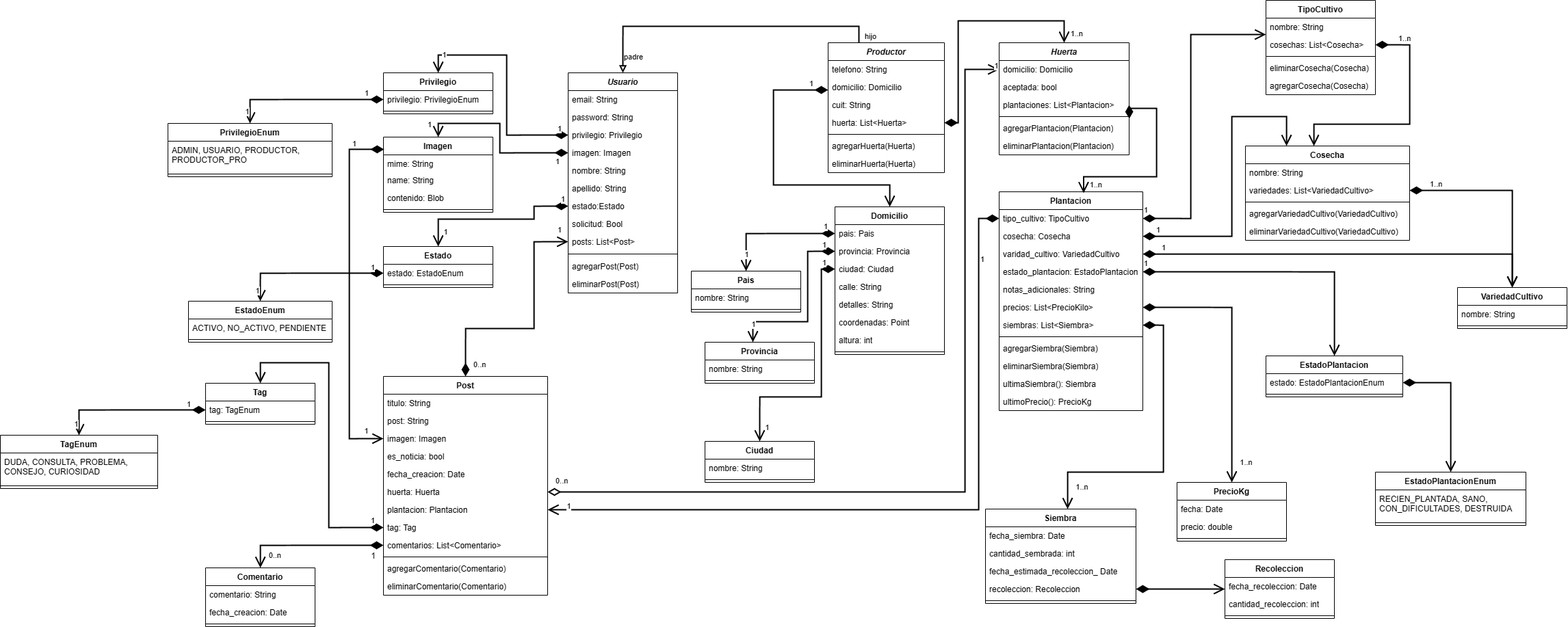
This is diagramas/Diagrama de clases.drawio.png from davichuder/huertas_agroecologicas, a draw.io export, as it was before one commit. Source tidied: cells renumbered, new cells last; positions are measured from the earlier drawing's top-left corner, leaving out a move shared by most shapes.
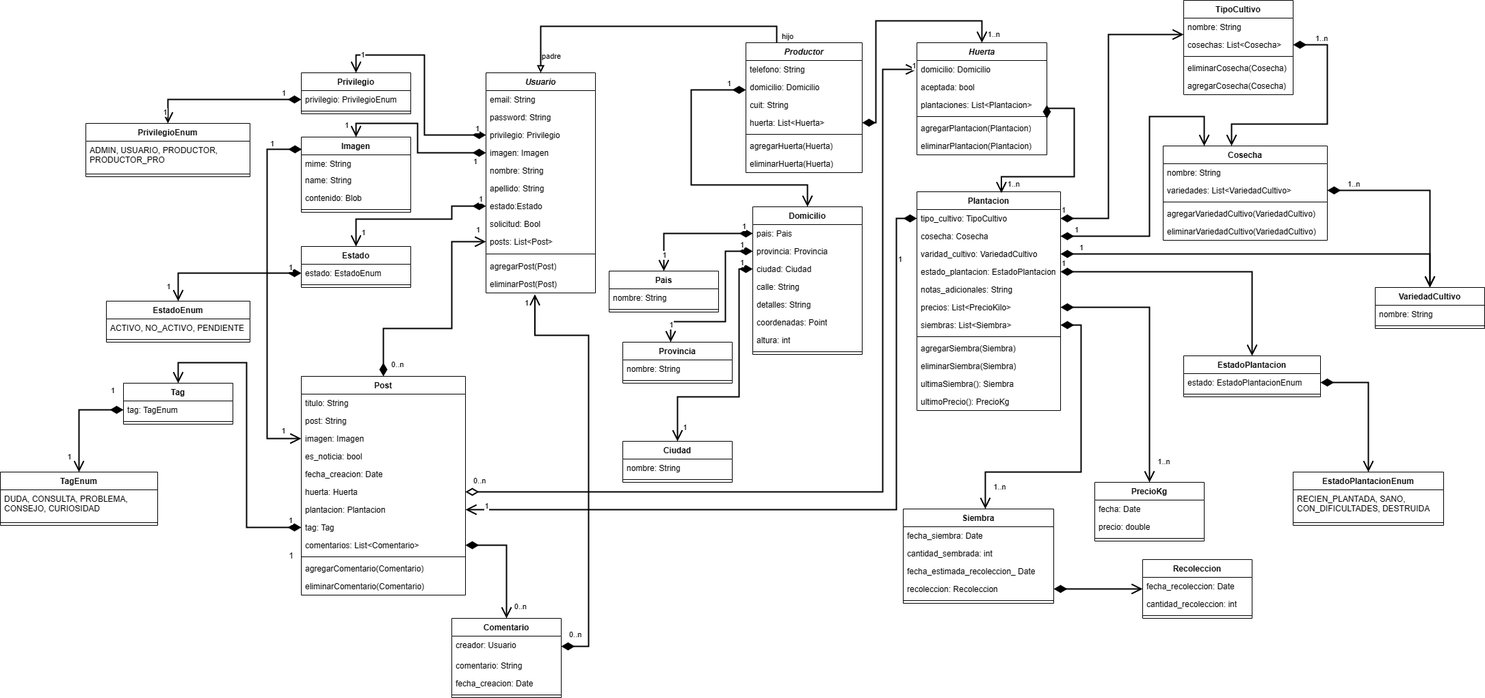
Later version of the same file.

Commit message:
fix: :construction: Se corrigieron diagramas, y se agrego para guardar comentarios

What changed in the source:
```diff
@@ -222,7 +222,7 @@
       <mxGeometry y="52" width="160" height="8" as="geometry" />
     </mxCell>
     <mxCell id="75" value="TagEnum" style="swimlane;fontStyle=1;align=center;verticalAlign=top;horizontal=1;startSize=26;whiteSpace=wrap;html=1;" parent="1" vertex="1">
-      <mxGeometry y="636" width="230" height="78" as="geometry" />
+      <mxGeometry x="120" y="690" width="230" height="78" as="geometry" />
     </mxCell>
     <mxCell id="76" value="DUDA, CONSULTA, PROBLEMA, CONSEJO, CURIOSIDAD" style="text;strokeColor=none;fillColor=none;align=left;verticalAlign=top;spacingLeft=4;spacingRight=4;overflow=hidden;whiteSpace=wrap;html=1;" parent="75" vertex="1">
       <mxGeometry y="26" width="230" height="44" as="geometry" />
@@ -231,16 +231,19 @@
       <mxGeometry y="70" width="230" height="8" as="geometry" />
     </mxCell>
     <mxCell id="78" value="Comentario" style="swimlane;fontStyle=1;align=center;verticalAlign=top;horizontal=1;startSize=26;whiteSpace=wrap;html=1;" parent="1" vertex="1">
-      <mxGeometry x="300" y="830" width="160" height="86" as="geometry" />
+      <mxGeometry x="780" y="904" width="160" height="116" as="geometry" />
     </mxCell>
+    <mxCell id="189" value="creador: Usuario" style="text;strokeColor=none;fillColor=none;spacingLeft=4;spacingRight=4;overflow=hidden;points=[[0,0.5],[1,0.5]];portConstraint=eastwest;fontSize=12;whiteSpace=wrap;html=1;" parent="78" vertex="1">
+      <mxGeometry y="26" width="160" height="30" as="geometry" />
+    </mxCell>
     <mxCell id="79" value="comentario: String" style="text;strokeColor=none;fillColor=none;align=left;verticalAlign=top;spacingLeft=4;spacingRight=4;overflow=hidden;whiteSpace=wrap;html=1;" parent="78" vertex="1">
-      <mxGeometry y="26" width="160" height="26" as="geometry" />
+      <mxGeometry y="56" width="160" height="26" as="geometry" />
     </mxCell>
     <mxCell id="80" value="fecha_creacion: Date" style="text;strokeColor=none;fillColor=none;align=left;verticalAlign=top;spacingLeft=4;spacingRight=4;overflow=hidden;whiteSpace=wrap;html=1;" parent="78" vertex="1">
-      <mxGeometry y="52" width="160" height="26" as="geometry" />
+      <mxGeometry y="82" width="160" height="26" as="geometry" />
     </mxCell>
     <mxCell id="81" style="line;strokeWidth=1;fillColor=none;align=left;verticalAlign=middle;spacingTop=-1;spacingLeft=3;spacingRight=3;labelPosition=right;strokeColor=inherit;" parent="78" vertex="1">
-      <mxGeometry y="78" width="160" height="8" as="geometry" />
+      <mxGeometry y="108" width="160" height="8" as="geometry" />
     </mxCell>
     <mxCell id="82" value="Estado" style="swimlane;fontStyle=1;align=center;verticalAlign=top;horizontal=1;startSize=26;whiteSpace=wrap;html=1;" parent="1" vertex="1">
       <mxGeometry x="560" y="360" width="160" height="60" as="geometry" />
@@ -476,7 +479,7 @@
         </Array>
       </mxGeometry>
     </mxCell>
-    <mxCell id="147" style="endArrow=open;html=1;endSize=12;startArrow=diamondThin;startSize=14;startFill=1;edgeStyle=orthogonalEdgeStyle;rounded=0;exitX=0;exitY=0.5;exitDx=0;exitDy=0;strokeWidth=2;" parent="1" edge="1" source="61" target="78">
+    <mxCell id="147" style="endArrow=open;html=1;endSize=12;startArrow=diamondThin;startSize=14;startFill=1;edgeStyle=orthogonalEdgeStyle;rounded=0;exitX=1;exitY=0.5;exitDx=0;exitDy=0;strokeWidth=2;" parent="1" edge="1" source="61" target="78">
       <mxGeometry relative="1" as="geometry" />
     </mxCell>
     <mxCell id="148" value="0..n" style="edgeLabel;html=1;align=right;verticalAlign=top;" parent="147" vertex="1">
@@ -609,7 +612,7 @@
     </mxCell>
     <mxCell id="170" value="1" style="edgeLabel;html=1;align=center;verticalAlign=middle;" parent="169" vertex="1">
       <mxGeometry x="0.93" y="3" relative="1" as="geometry">
-        <mxPoint x="-8" y="-9" as="offset" />
+        <mxPoint x="-18" y="-14" as="offset" />
       </mxGeometry>
     </mxCell>
     <mxCell id="171" value="1" style="endArrow=open;html=1;endSize=12;startArrow=diamondThin;startSize=14;startFill=1;edgeStyle=orthogonalEdgeStyle;align=left;verticalAlign=bottom;rounded=0;exitX=0;exitY=0.5;exitDx=0;exitDy=0;entryX=0.5;entryY=0;entryDx=0;entryDy=0;strokeWidth=2;" parent="1" edge="1" source="16" target="18">
@@ -621,11 +624,11 @@
       </mxGeometry>
     </mxCell>
     <mxCell id="173" value="1" style="endArrow=open;html=1;endSize=12;startArrow=diamondThin;startSize=14;startFill=1;edgeStyle=orthogonalEdgeStyle;align=left;verticalAlign=bottom;rounded=0;exitX=0;exitY=0.5;exitDx=0;exitDy=0;strokeWidth=2;" parent="1" edge="1" source="73" target="75">
-      <mxGeometry x="-0.73" y="1" relative="1" as="geometry" />
+      <mxGeometry x="-0.74" y="-19" relative="1" as="geometry" />
     </mxCell>
     <mxCell id="174" value="1" style="edgeLabel;html=1;align=center;verticalAlign=middle;" parent="173" vertex="1">
       <mxGeometry x="0.93" y="3" relative="1" as="geometry">
-        <mxPoint x="-8" y="-9" as="offset" />
+        <mxPoint x="-18" y="-17" as="offset" />
       </mxGeometry>
     </mxCell>
     <mxCell id="175" value="1..n" style="endArrow=open;html=1;endSize=12;startArrow=diamondThin;startSize=14;startFill=1;align=left;verticalAlign=bottom;rounded=0;edgeStyle=orthogonalEdgeStyle;exitX=1;exitY=0.5;exitDx=0;exitDy=0;strokeWidth=2;" parent="1" edge="1" source="109" target="113">
@@ -708,5 +711,24 @@
         <mxPoint x="27" y="-25" as="offset" />
       </mxGeometry>
     </mxCell>
+    <mxCell id="190" style="endArrow=open;html=1;endSize=12;startArrow=diamondThin;startSize=14;startFill=1;edgeStyle=orthogonalEdgeStyle;rounded=0;exitX=1;exitY=0.5;exitDx=0;exitDy=0;strokeWidth=2;entryX=0.447;entryY=1.074;entryDx=0;entryDy=0;entryPerimeter=0;" parent="1" edge="1" source="189" target="14">
+      <mxGeometry relative="1" as="geometry">
+        <Array as="points">
+          <mxPoint x="980" y="945" />
+          <mxPoint x="980" y="490" />
+          <mxPoint x="901" y="490" />
+        </Array>
+      </mxGeometry>
+    </mxCell>
+    <mxCell id="191" value="0..n" style="edgeLabel;html=1;align=left;verticalAlign=top;" parent="190" vertex="1">
+      <mxGeometry x="-1" relative="1" as="geometry">
+        <mxPoint x="10" y="-30" as="offset" />
+      </mxGeometry>
+    </mxCell>
+    <mxCell id="192" value="1" style="edgeLabel;html=1;align=right;verticalAlign=top;" parent="190" vertex="1">
+      <mxGeometry x="1" relative="1" as="geometry">
+        <mxPoint x="-9" as="offset" />
+      </mxGeometry>
+    </mxCell>
   </root>
 </mxGraphModel>
```
